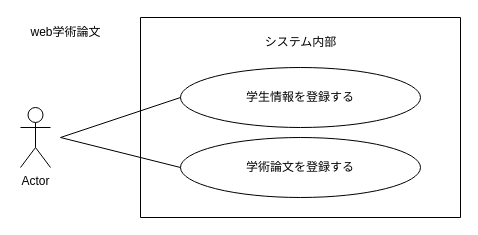
2459384Hayashi/ohara_uml keeps this draw.io diagram as 05_web_ronbun/usecase.drawio. Above is the earlier version. Source tidied: cells renumbered, new cells numbered last; positions are measured from the earlier drawing's top-left corner, leaving out a move shared by most shapes. Both pictures are drawn from the tidied source at 100%, with x=0, y=0 at pixel (20, 17).
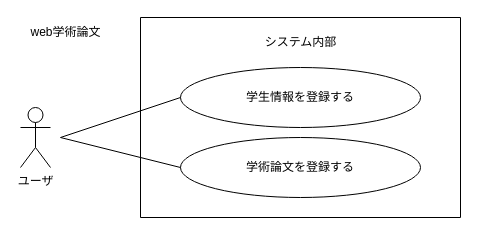
The same diagram, later.

Change to the diagram source:
```diff
@@
 <mxGraphModel>
   <root>
     <mxCell id="0" />
     <mxCell id="1" parent="0" />
-    <mxCell id="2" value="Actor" style="shape=umlActor;verticalLabelPosition=bottom;verticalAlign=top;html=1;" parent="1" vertex="1">
+    <mxCell id="2" value="ユーザ" style="shape=umlActor;verticalLabelPosition=bottom;verticalAlign=top;html=1;" parent="1" vertex="1">
       <mxGeometry y="90" width="30" height="60" as="geometry" />
     </mxCell>
     <mxCell id="3" style="swimlane;startSize=0;" parent="1" vertex="1">
       <mxGeometry x="120" width="320" height="200" as="geometry" />
     </mxCell>
     <mxCell id="4" value="システム内部" style="text;html=1;align=center;verticalAlign=middle;strokeColor=none;fillColor=none;" parent="3" vertex="1">
       <mxGeometry x="110" y="10" width="100" height="30" as="geometry" />
     </mxCell>
     <mxCell id="5" value="学生情報を登録する" style="ellipse;whiteSpace=wrap;html=1;" parent="3" vertex="1">
       <mxGeometry x="40" y="50" width="240" height="60" as="geometry" />
     </mxCell>
     <mxCell id="6" value="学術論文を登録する" style="ellipse;whiteSpace=wrap;html=1;" parent="3" vertex="1">
       <mxGeometry x="40" y="120" width="240" height="60" as="geometry" />
     </mxCell>
     <mxCell id="7" style="endArrow=none;html=1;rounded=0;entryX=0;entryY=0.5;entryDx=0;entryDy=0;" parent="1" edge="1" target="5">
       <mxGeometry relative="1" as="geometry">
         <mxPoint x="40" y="120" as="sourcePoint" />
       </mxGeometry>
     </mxCell>
     <mxCell id="8" style="endArrow=none;html=1;rounded=0;entryX=0;entryY=0.5;entryDx=0;entryDy=0;" parent="1" edge="1" target="6">
       <mxGeometry relative="1" as="geometry">
         <mxPoint x="40" y="120" as="sourcePoint" />
       </mxGeometry>
     </mxCell>
     <mxCell id="9" value="web学術論文" style="text;html=1;align=center;verticalAlign=middle;strokeColor=none;fillColor=none;" parent="1" vertex="1">
       <mxGeometry width="90" height="30" as="geometry" />
     </mxCell>
   </root>
 </mxGraphModel>
```
